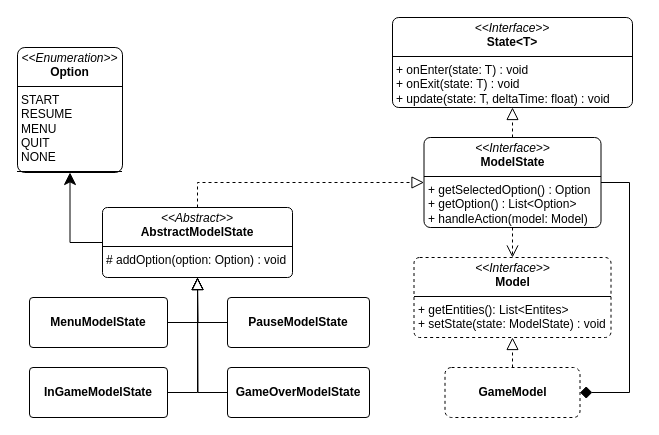
Above: report/drawio/ModelState.drawio in unibo-oop-projects/OOP24-AlessandroRebosio-FilippoRicciotti-Grace-GraziaBochdanovits-RenovateBot-coffeBreak (draw.io), before the change. Source tidied: cells renumbered, new cells numbered last; positions are measured from the earlier drawing's top-left corner, leaving out a move shared by most shapes. Both pictures are drawn from the tidied source at 100%, with x=0, y=0 at pixel (17, 17).
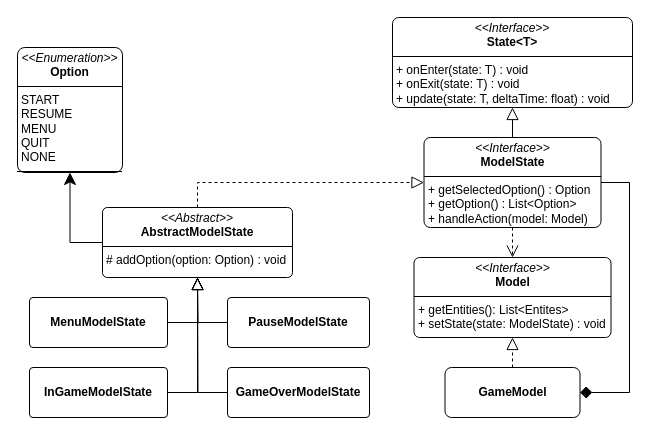
The same page after the edit.

The change refers to these unchanged cells:
```xml
<mxCell id="2" value="&lt;p style=&quot;margin:0px;margin-top:4px;text-align:center;&quot;&gt;&lt;i&gt;&amp;lt;&amp;lt;Interface&amp;gt;&amp;gt;&lt;/i&gt;&lt;br&gt;&lt;b&gt;State&amp;lt;T&amp;gt;&lt;/b&gt;&lt;/p&gt;&lt;hr size=&quot;1&quot; style=&quot;border-style:solid;&quot;&gt;&lt;p style=&quot;margin:0px;margin-left:4px;&quot;&gt;+ onEnter(state: T) : void&lt;/p&gt;&lt;p style=&quot;margin:0px;margin-left:4px;&quot;&gt;+ onExit(state: T) : void&lt;/p&gt;&lt;p style=&quot;margin:0px;margin-left:4px;&quot;&gt;+ update(state: T, deltaTime: float) : void&lt;/p&gt;" style="verticalAlign=top;align=left;overflow=fill;html=1;whiteSpace=wrap;rounded=1;arcSize=7;" parent="1" vertex="1">
  <mxGeometry x="375" width="240" height="90" as="geometry" />
</mxCell>
<mxCell id="6" value="&lt;p style=&quot;margin:0px;margin-top:4px;text-align:center;&quot;&gt;&lt;i&gt;&amp;lt;&amp;lt;Interface&amp;gt;&amp;gt;&lt;/i&gt;&lt;br&gt;&lt;b&gt;ModelState&lt;/b&gt;&lt;/p&gt;&lt;hr size=&quot;1&quot; style=&quot;border-style:solid;&quot;&gt;&lt;p style=&quot;margin:0px;margin-left:4px;&quot;&gt;+ getSelectedOption() : Option&lt;/p&gt;&lt;p style=&quot;margin:0px;margin-left:4px;&quot;&gt;+ getOption() : List&amp;lt;Option&amp;gt;&lt;/p&gt;&lt;p style=&quot;margin:0px;margin-left:4px;&quot;&gt;+ handleAction(model: Model)&lt;/p&gt;" style="verticalAlign=top;align=left;overflow=fill;html=1;whiteSpace=wrap;rounded=1;arcSize=7;" parent="1" vertex="1">
  <mxGeometry x="406.5" y="120" width="177" height="90" as="geometry" />
</mxCell>
```

Diff of the diagram source:
```diff
@@
-    <mxCell id="3" style="edgeStyle=orthogonalEdgeStyle;rounded=0;jettySize=auto;html=1;exitX=0.5;exitY=0;exitDx=0;exitDy=0;entryX=0.5;entryY=1;entryDx=0;entryDy=0;endArrow=block;endFill=0;endSize=10;dashed=1;" parent="1" edge="1" source="6" target="2">
+    <mxCell id="3" style="edgeStyle=orthogonalEdgeStyle;rounded=0;jettySize=auto;html=1;exitX=0.5;exitY=0;exitDx=0;exitDy=0;entryX=0.5;entryY=1;entryDx=0;entryDy=0;endArrow=block;endFill=0;endSize=10;" parent="1" edge="1" source="6" target="2">
       <mxGeometry relative="1" as="geometry" />
     </mxCell>
@@
-    <mxCell id="7" value="&lt;p style=&quot;margin:0px;margin-top:4px;text-align:center;&quot;&gt;&lt;i&gt;&amp;lt;&amp;lt;Interface&amp;gt;&amp;gt;&lt;/i&gt;&lt;br&gt;&lt;b&gt;Model&lt;/b&gt;&lt;/p&gt;&lt;hr size=&quot;1&quot; style=&quot;border-style:solid;&quot;&gt;&lt;p style=&quot;margin:0px;margin-left:4px;&quot;&gt;+ getEntities(): List&amp;lt;Entites&amp;gt;&lt;br&gt;&lt;/p&gt;&lt;p style=&quot;margin:0px;margin-left:4px;&quot;&gt;+ setState(state: ModelState) : void&lt;/p&gt;" style="verticalAlign=top;align=left;overflow=fill;html=1;whiteSpace=wrap;rounded=1;arcSize=7;dashed=1;" parent="1" vertex="1">
+    <mxCell id="7" value="&lt;p style=&quot;margin:0px;margin-top:4px;text-align:center;&quot;&gt;&lt;i&gt;&amp;lt;&amp;lt;Interface&amp;gt;&amp;gt;&lt;/i&gt;&lt;br&gt;&lt;b&gt;Model&lt;/b&gt;&lt;/p&gt;&lt;hr size=&quot;1&quot; style=&quot;border-style:solid;&quot;&gt;&lt;p style=&quot;margin:0px;margin-left:4px;&quot;&gt;+ getEntities(): List&amp;lt;Entites&amp;gt;&lt;br&gt;&lt;/p&gt;&lt;p style=&quot;margin:0px;margin-left:4px;&quot;&gt;+ setState(state: ModelState) : void&lt;/p&gt;" style="verticalAlign=top;align=left;overflow=fill;html=1;whiteSpace=wrap;rounded=1;arcSize=7;" parent="1" vertex="1">
       <mxGeometry x="396.5" y="240" width="197" height="80" as="geometry" />
     </mxCell>
@@
-    <mxCell id="9" value="&lt;p style=&quot;margin:0px;margin-top:4px;text-align:center;&quot;&gt;&lt;br&gt;&lt;b&gt;GameModel&lt;/b&gt;&lt;/p&gt;&lt;p style=&quot;margin:0px;margin-top:4px;text-align:center;&quot;&gt;&lt;b&gt;&lt;br&gt;&lt;/b&gt;&lt;/p&gt;" style="verticalAlign=top;align=left;overflow=fill;html=1;whiteSpace=wrap;rounded=1;arcSize=13;dashed=1;" parent="1" vertex="1">
+    <mxCell id="9" value="&lt;p style=&quot;margin:0px;margin-top:4px;text-align:center;&quot;&gt;&lt;br&gt;&lt;b&gt;GameModel&lt;/b&gt;&lt;/p&gt;&lt;p style=&quot;margin:0px;margin-top:4px;text-align:center;&quot;&gt;&lt;b&gt;&lt;br&gt;&lt;/b&gt;&lt;/p&gt;" style="verticalAlign=top;align=left;overflow=fill;html=1;whiteSpace=wrap;rounded=1;arcSize=13;" parent="1" vertex="1">
       <mxGeometry x="427.5" y="350" width="135" height="50" as="geometry" />
     </mxCell>
```
